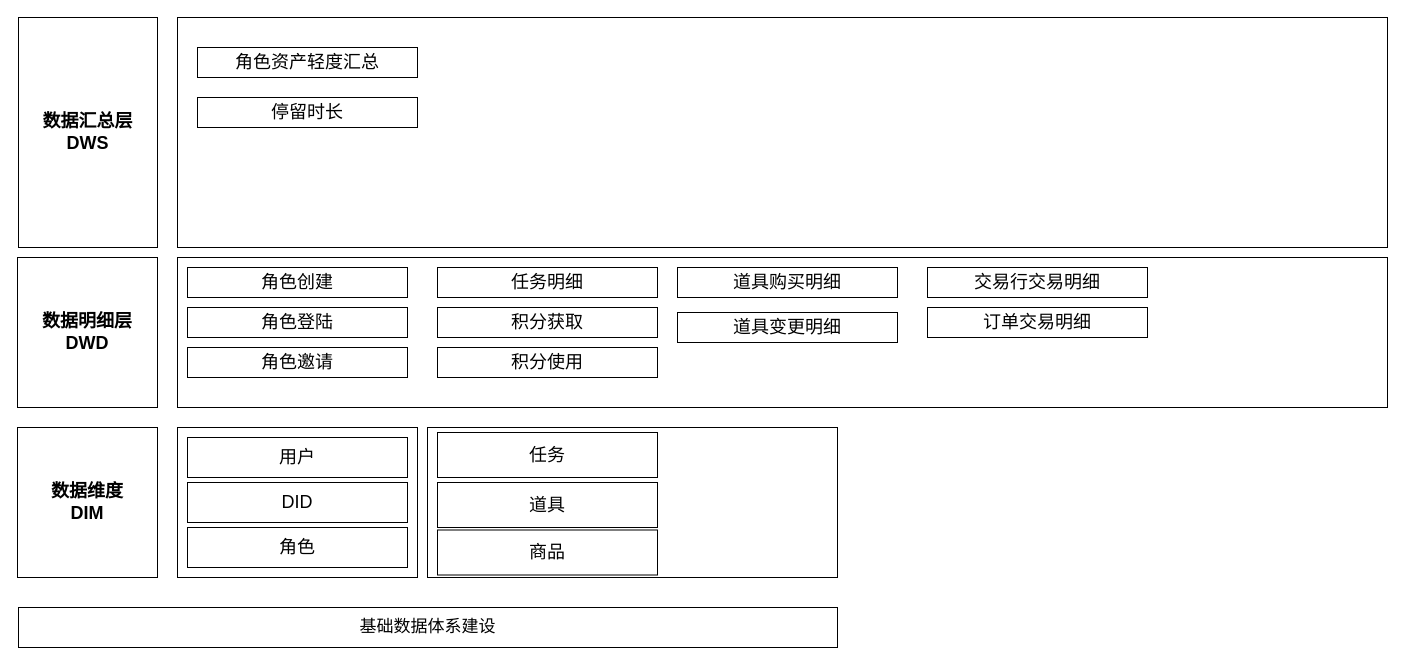
Before: 巽风数据架构.drawio in mineminemine123/work-wiki, a draw.io diagram. Source tidied: cells renumbered, new cells numbered last; positions are measured from the earlier drawing's top-left corner, leaving out a move shared by most shapes. Both pictures are drawn from the tidied source at 100%, with x=0, y=0 at pixel (17, 17).
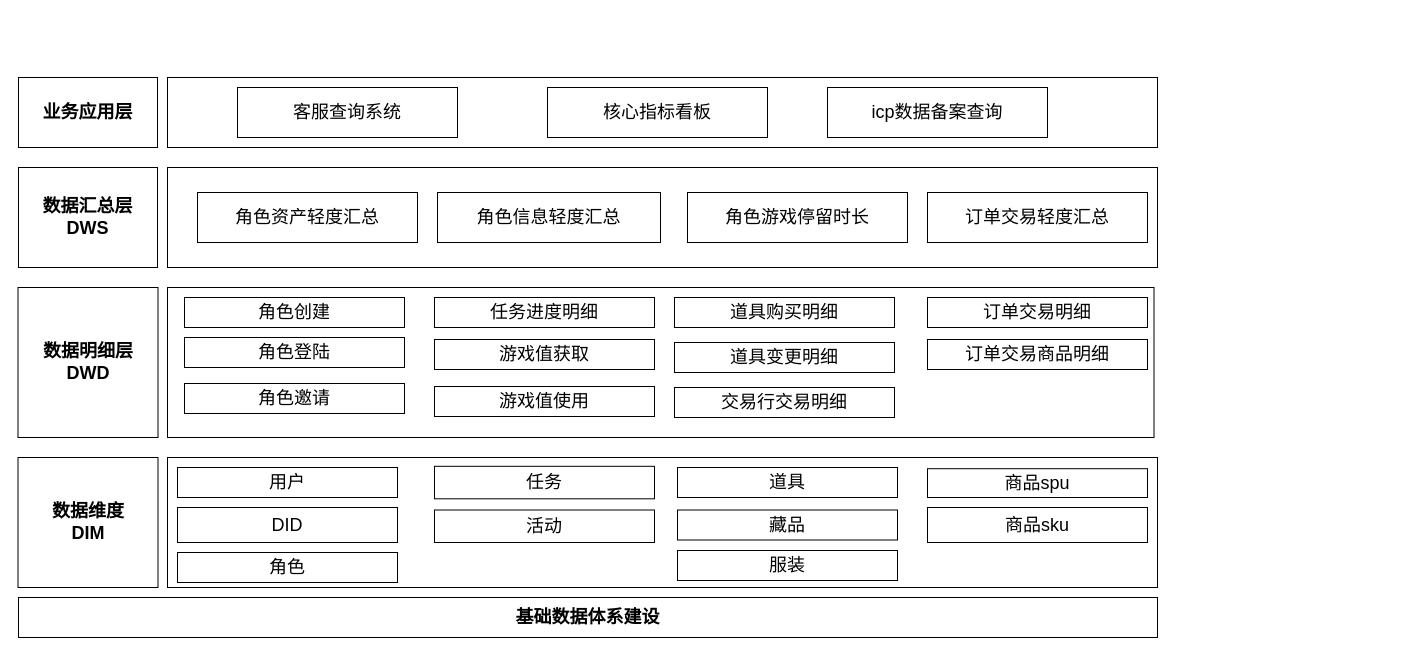
The same page after the edit.

Commit message (it also covers changes not shown here):
更新巽风数据架构.drawio

The edit, as a diff of the source:
```diff
@@
+    <mxCell id="29" style="rounded=0;whiteSpace=wrap;html=1;fontStyle=1;strokeColor=#000000;labelBackgroundColor=none;fillColor=none;fontSize=18;fontFamily=微软雅黑;" parent="1" vertex="1">
+      <mxGeometry x="150" y="440" width="990" height="130" as="geometry" />
+    </mxCell>
-    <mxCell id="2" style="rounded=0;whiteSpace=wrap;html=1;fontStyle=1;strokeColor=#000000;labelBackgroundColor=none;fillColor=none;fontSize=18;" parent="1" vertex="1">
-      <mxGeometry x="160" width="1210" height="230" as="geometry" />
+    <mxCell id="2" style="rounded=0;whiteSpace=wrap;html=1;fontStyle=1;strokeColor=#000000;labelBackgroundColor=none;fillColor=none;fontSize=18;fontFamily=微软雅黑;" parent="1" vertex="1">
+      <mxGeometry x="150" y="150" width="990" height="100" as="geometry" />
     </mxCell>
-    <mxCell id="3" style="rounded=0;whiteSpace=wrap;html=1;fontStyle=1;strokeColor=#000000;labelBackgroundColor=none;fillColor=none;fontSize=18;" parent="1" vertex="1">
-      <mxGeometry x="410" y="410" width="410" height="150" as="geometry" />
-    </mxCell>
-    <mxCell id="4" style="group;fontStyle=1;fontSize=14;" parent="1" vertex="1">
+    <mxCell id="4" style="group;fontStyle=1;fontSize=14;fontFamily=微软雅黑;" parent="1" vertex="1">
       <mxGeometry x="594" y="450" width="280" height="170" as="geometry" />
     </mxCell>
-    <mxCell id="5" value="数据明细层&lt;br /&gt;DWD" style="rounded=0;whiteSpace=wrap;html=1;fontStyle=1;strokeColor=#000000;labelBackgroundColor=none;fillColor=none;fontSize=18;" parent="1" vertex="1">
-      <mxGeometry y="240" width="140" height="150" as="geometry" />
+    <mxCell id="5" value="数据明细层&lt;br&gt;DWD" style="rounded=0;whiteSpace=wrap;html=1;fontStyle=1;strokeColor=#000000;labelBackgroundColor=none;fillColor=none;fontSize=18;fontFamily=微软雅黑;" parent="1" vertex="1">
+      <mxGeometry x="0.5" y="270" width="140" height="150" as="geometry" />
     </mxCell>
-    <mxCell id="6" value="数据汇总层&lt;br /&gt;DWS" style="rounded=0;whiteSpace=wrap;html=1;fontStyle=1;strokeColor=#000000;labelBackgroundColor=none;fillColor=none;fontSize=18;" parent="1" vertex="1">
-      <mxGeometry x="1" width="139" height="230" as="geometry" />
+    <mxCell id="6" value="数据汇总层&lt;br&gt;DWS" style="rounded=0;whiteSpace=wrap;html=1;fontStyle=1;strokeColor=#000000;labelBackgroundColor=none;fillColor=none;fontSize=18;fontFamily=微软雅黑;" parent="1" vertex="1">
+      <mxGeometry x="1" y="150" width="139" height="100" as="geometry" />
     </mxCell>
-    <mxCell id="7" value="数据维度&lt;br /&gt;DIM" style="rounded=0;whiteSpace=wrap;html=1;fontStyle=1;strokeColor=#000000;labelBackgroundColor=none;fillColor=none;fontSize=18;" parent="1" vertex="1">
-      <mxGeometry y="410" width="140" height="150" as="geometry" />
+    <mxCell id="7" value="数据维度&lt;br&gt;DIM" style="rounded=0;whiteSpace=wrap;html=1;fontStyle=1;strokeColor=#000000;labelBackgroundColor=none;fillColor=none;fontSize=18;fontFamily=微软雅黑;" parent="1" vertex="1">
+      <mxGeometry x="0.5" y="440" width="140" height="130" as="geometry" />
     </mxCell>
-    <mxCell id="8" style="rounded=0;whiteSpace=wrap;html=1;fontStyle=1;strokeColor=#000000;labelBackgroundColor=none;fillColor=none;fontSize=18;" parent="1" vertex="1">
-      <mxGeometry x="160" y="410" width="240" height="150" as="geometry" />
-    </mxCell>
-    <mxCell id="9" value="用户" style="rounded=0;whiteSpace=wrap;html=1;strokeColor=#000000;fontSize=18;fontStyle=0;" parent="1" vertex="1">
-      <mxGeometry x="170" y="420" width="220" height="40" as="geometry" />
+    <mxCell id="9" value="用户" style="rounded=0;whiteSpace=wrap;html=1;strokeColor=#000000;fontSize=18;fontStyle=0;fontFamily=微软雅黑;" parent="1" vertex="1">
+      <mxGeometry x="160" y="450" width="220" height="30" as="geometry" />
     </mxCell>
-    <mxCell id="10" value="任务" style="rounded=0;whiteSpace=wrap;html=1;strokeColor=#000000;fontSize=18;fontStyle=0;" parent="1" vertex="1">
-      <mxGeometry x="420" y="415" width="220" height="45" as="geometry" />
+    <mxCell id="10" value="任务" style="rounded=0;whiteSpace=wrap;html=1;strokeColor=#000000;fontSize=18;fontStyle=0;fontFamily=微软雅黑;" parent="1" vertex="1">
+      <mxGeometry x="417" y="448.8" width="220" height="32.5" as="geometry" />
     </mxCell>
-    <mxCell id="11" value="道具" style="rounded=0;whiteSpace=wrap;html=1;strokeColor=#000000;fontSize=18;fontStyle=0;" parent="1" vertex="1">
-      <mxGeometry x="420" y="465" width="220" height="45" as="geometry" />
+    <mxCell id="11" value="道具" style="rounded=0;whiteSpace=wrap;html=1;strokeColor=#000000;fontSize=18;fontStyle=0;fontFamily=微软雅黑;" parent="1" vertex="1">
+      <mxGeometry x="660" y="450" width="220" height="30" as="geometry" />
     </mxCell>
-    <mxCell id="12" value="角色" style="rounded=0;whiteSpace=wrap;html=1;strokeColor=#000000;fontSize=18;fontStyle=0;" parent="1" vertex="1">
-      <mxGeometry x="170" y="510" width="220" height="40" as="geometry" />
+    <mxCell id="12" value="角色" style="rounded=0;whiteSpace=wrap;html=1;strokeColor=#000000;fontSize=18;fontStyle=0;fontFamily=微软雅黑;" parent="1" vertex="1">
+      <mxGeometry x="160" y="535" width="220" height="30" as="geometry" />
     </mxCell>
-    <mxCell id="13" style="rounded=0;whiteSpace=wrap;html=1;fontStyle=1;strokeColor=#000000;labelBackgroundColor=none;fillColor=none;fontSize=18;" parent="1" vertex="1">
-      <mxGeometry x="160" y="240" width="1210" height="150" as="geometry" />
+    <mxCell id="13" style="rounded=0;whiteSpace=wrap;html=1;fontStyle=1;strokeColor=#000000;labelBackgroundColor=none;fillColor=none;fontSize=18;fontFamily=微软雅黑;" parent="1" vertex="1">
+      <mxGeometry x="150" y="270" width="986.5" height="150" as="geometry" />
     </mxCell>
-    <mxCell id="14" value="角色登陆" style="rounded=0;whiteSpace=wrap;html=1;strokeColor=#000000;fontSize=18;fontStyle=0;" parent="1" vertex="1">
-      <mxGeometry x="170" y="290" width="220" height="30" as="geometry" />
+    <mxCell id="14" value="角色登陆" style="rounded=0;whiteSpace=wrap;html=1;strokeColor=#000000;fontSize=18;fontStyle=0;fontFamily=微软雅黑;" parent="1" vertex="1">
+      <mxGeometry x="167" y="320" width="220" height="30" as="geometry" />
     </mxCell>
-    <mxCell id="15" value="角色创建" style="rounded=0;whiteSpace=wrap;html=1;strokeColor=#000000;fontSize=18;fontStyle=0;" parent="1" vertex="1">
-      <mxGeometry x="170" y="250" width="220" height="30" as="geometry" />
+    <mxCell id="15" value="角色创建" style="rounded=0;whiteSpace=wrap;html=1;strokeColor=#000000;fontSize=18;fontStyle=0;fontFamily=微软雅黑;" parent="1" vertex="1">
+      <mxGeometry x="167" y="280" width="220" height="30" as="geometry" />
     </mxCell>
-    <mxCell id="16" value="基础数据体系建设" style="rounded=0;whiteSpace=wrap;html=1;fontSize=17;" parent="1" vertex="1">
-      <mxGeometry x="1" y="590" width="819" height="40" as="geometry" />
+    <mxCell id="16" value="&lt;b&gt;&lt;font style=&quot;font-size: 18px;&quot;&gt;基础数据体系建设&lt;/font&gt;&lt;/b&gt;" style="rounded=0;whiteSpace=wrap;html=1;fontSize=17;fontFamily=微软雅黑;" parent="1" vertex="1">
+      <mxGeometry x="1" y="580" width="1139" height="40" as="geometry" />
     </mxCell>
-    <mxCell id="17" value="DID" style="rounded=0;whiteSpace=wrap;html=1;strokeColor=#000000;fontSize=18;fontStyle=0;" parent="1" vertex="1">
-      <mxGeometry x="170" y="465" width="220" height="40" as="geometry" />
+    <mxCell id="17" value="DID" style="rounded=0;whiteSpace=wrap;html=1;strokeColor=#000000;fontSize=18;fontStyle=0;fontFamily=微软雅黑;" parent="1" vertex="1">
+      <mxGeometry x="160" y="490" width="220" height="35" as="geometry" />
     </mxCell>
-    <mxCell id="18" value="商品" style="rounded=0;whiteSpace=wrap;html=1;strokeColor=#000000;fontSize=18;fontStyle=0;" parent="1" vertex="1">
-      <mxGeometry x="420" y="512.5" width="220" height="45" as="geometry" />
+    <mxCell id="18" value="商品spu" style="rounded=0;whiteSpace=wrap;html=1;strokeColor=#000000;fontSize=18;fontStyle=0;fontFamily=微软雅黑;" parent="1" vertex="1">
+      <mxGeometry x="910" y="451.2" width="220" height="28.8" as="geometry" />
     </mxCell>
-    <mxCell id="19" value="角色邀请" style="rounded=0;whiteSpace=wrap;html=1;strokeColor=#000000;fontSize=18;fontStyle=0;" parent="1" vertex="1">
-      <mxGeometry x="170" y="330" width="220" height="30" as="geometry" />
+    <mxCell id="19" value="角色邀请" style="rounded=0;whiteSpace=wrap;html=1;strokeColor=#000000;fontSize=18;fontStyle=0;fontFamily=微软雅黑;" parent="1" vertex="1">
+      <mxGeometry x="167" y="366" width="220" height="30" as="geometry" />
     </mxCell>
-    <mxCell id="20" value="积分获取" style="rounded=0;whiteSpace=wrap;html=1;strokeColor=#000000;fontSize=18;fontStyle=0;" parent="1" vertex="1">
-      <mxGeometry x="420" y="290" width="220" height="30" as="geometry" />
+    <mxCell id="20" value="游戏值获取" style="rounded=0;whiteSpace=wrap;html=1;strokeColor=#000000;fontSize=18;fontStyle=0;fontFamily=微软雅黑;" parent="1" vertex="1">
+      <mxGeometry x="417" y="322" width="220" height="30" as="geometry" />
     </mxCell>
-    <mxCell id="21" value="积分使用" style="rounded=0;whiteSpace=wrap;html=1;strokeColor=#000000;fontSize=18;fontStyle=0;" parent="1" vertex="1">
-      <mxGeometry x="420" y="330" width="220" height="30" as="geometry" />
+    <mxCell id="21" value="游戏值使用" style="rounded=0;whiteSpace=wrap;html=1;strokeColor=#000000;fontSize=18;fontStyle=0;fontFamily=微软雅黑;" parent="1" vertex="1">
+      <mxGeometry x="417" y="369" width="220" height="30" as="geometry" />
     </mxCell>
-    <mxCell id="22" value="交易行交易明细" style="rounded=0;whiteSpace=wrap;html=1;strokeColor=#000000;fontSize=18;fontStyle=0;" parent="1" vertex="1">
-      <mxGeometry x="910" y="250" width="220" height="30" as="geometry" />
+    <mxCell id="22" value="交易行交易明细" style="rounded=0;whiteSpace=wrap;html=1;strokeColor=#000000;fontSize=18;fontStyle=0;fontFamily=微软雅黑;" parent="1" vertex="1">
+      <mxGeometry x="657" y="370" width="220" height="30" as="geometry" />
     </mxCell>
-    <mxCell id="23" value="任务明细" style="rounded=0;whiteSpace=wrap;html=1;strokeColor=#000000;fontSize=18;fontStyle=0;" parent="1" vertex="1">
-      <mxGeometry x="420" y="250" width="220" height="30" as="geometry" />
+    <mxCell id="23" value="任务进度明细" style="rounded=0;whiteSpace=wrap;html=1;strokeColor=#000000;fontSize=18;fontStyle=0;fontFamily=微软雅黑;" parent="1" vertex="1">
+      <mxGeometry x="417" y="280" width="220" height="30" as="geometry" />
     </mxCell>
-    <mxCell id="24" value="道具变更明细" style="rounded=0;whiteSpace=wrap;html=1;strokeColor=#000000;fontSize=18;fontStyle=0;" parent="1" vertex="1">
-      <mxGeometry x="660" y="295" width="220" height="30" as="geometry" />
+    <mxCell id="24" value="道具变更明细" style="rounded=0;whiteSpace=wrap;html=1;strokeColor=#000000;fontSize=18;fontStyle=0;fontFamily=微软雅黑;" parent="1" vertex="1">
+      <mxGeometry x="657" y="325" width="220" height="30" as="geometry" />
     </mxCell>
-    <mxCell id="25" value="道具购买明细" style="rounded=0;whiteSpace=wrap;html=1;strokeColor=#000000;fontSize=18;fontStyle=0;" parent="1" vertex="1">
-      <mxGeometry x="660" y="250" width="220" height="30" as="geometry" />
+    <mxCell id="25" value="道具购买明细" style="rounded=0;whiteSpace=wrap;html=1;strokeColor=#000000;fontSize=18;fontStyle=0;fontFamily=微软雅黑;" parent="1" vertex="1">
+      <mxGeometry x="657" y="280" width="220" height="30" as="geometry" />
     </mxCell>
-    <mxCell id="26" value="订单交易明细" style="rounded=0;whiteSpace=wrap;html=1;strokeColor=#000000;fontSize=18;fontStyle=0;" parent="1" vertex="1">
-      <mxGeometry x="910" y="290" width="220" height="30" as="geometry" />
+    <mxCell id="26" value="订单交易明细" style="rounded=0;whiteSpace=wrap;html=1;strokeColor=#000000;fontSize=18;fontStyle=0;fontFamily=微软雅黑;" parent="1" vertex="1">
+      <mxGeometry x="910" y="280" width="220" height="30" as="geometry" />
     </mxCell>
-    <mxCell id="27" value="角色资产轻度汇总" style="rounded=0;whiteSpace=wrap;html=1;strokeColor=#000000;fontSize=18;fontStyle=0;" parent="1" vertex="1">
-      <mxGeometry x="180" y="30" width="220" height="30" as="geometry" />
+    <mxCell id="27" value="角色资产轻度汇总" style="rounded=0;whiteSpace=wrap;html=1;strokeColor=#000000;fontSize=18;fontStyle=0;fontFamily=微软雅黑;" parent="1" vertex="1">
+      <mxGeometry x="180" y="175" width="220" height="50" as="geometry" />
     </mxCell>
-    <mxCell id="28" value="停留时长" style="rounded=0;whiteSpace=wrap;html=1;strokeColor=#000000;fontSize=18;fontStyle=0;" parent="1" vertex="1">
-      <mxGeometry x="180" y="80" width="220" height="30" as="geometry" />
+    <mxCell id="28" value="角色游戏停留时长" style="rounded=0;whiteSpace=wrap;html=1;strokeColor=#000000;fontSize=18;fontStyle=0;fontFamily=微软雅黑;" parent="1" vertex="1">
+      <mxGeometry x="670" y="175" width="220" height="50" as="geometry" />
     </mxCell>
+    <mxCell id="30" value="业务应用层" style="rounded=0;whiteSpace=wrap;html=1;fontStyle=1;strokeColor=#000000;labelBackgroundColor=none;fillColor=none;fontSize=18;fontFamily=微软雅黑;" parent="1" vertex="1">
+      <mxGeometry x="1" y="60" width="139" height="70" as="geometry" />
+    </mxCell>
+    <mxCell id="31" value="藏品" style="rounded=0;whiteSpace=wrap;html=1;strokeColor=#000000;fontSize=18;fontStyle=0;fontFamily=微软雅黑;" parent="1" vertex="1">
+      <mxGeometry x="660" y="492.5" width="220" height="30" as="geometry" />
+    </mxCell>
+    <mxCell id="32" value="商品sku" style="rounded=0;whiteSpace=wrap;html=1;strokeColor=#000000;fontSize=18;fontStyle=0;fontFamily=微软雅黑;" parent="1" vertex="1">
+      <mxGeometry x="910" y="490" width="220" height="35" as="geometry" />
+    </mxCell>
+    <mxCell id="33" value="订单交易商品明细" style="rounded=0;whiteSpace=wrap;html=1;strokeColor=#000000;fontSize=18;fontStyle=0;fontFamily=微软雅黑;" parent="1" vertex="1">
+      <mxGeometry x="910" y="322" width="220" height="30" as="geometry" />
+    </mxCell>
+    <mxCell id="34" value="服装" style="rounded=0;whiteSpace=wrap;html=1;strokeColor=#000000;fontSize=18;fontStyle=0;fontFamily=微软雅黑;" parent="1" vertex="1">
+      <mxGeometry x="660" y="533" width="220" height="30" as="geometry" />
+    </mxCell>
+    <mxCell id="35" value="活动" style="rounded=0;whiteSpace=wrap;html=1;strokeColor=#000000;fontSize=18;fontStyle=0;fontFamily=微软雅黑;" parent="1" vertex="1">
+      <mxGeometry x="417" y="492.5" width="220" height="32.5" as="geometry" />
+    </mxCell>
+    <mxCell id="36" value="角色信息轻度汇总" style="rounded=0;whiteSpace=wrap;html=1;strokeColor=#000000;fontSize=18;fontStyle=0;fontFamily=微软雅黑;" parent="1" vertex="1">
+      <mxGeometry x="420" y="175" width="223" height="50" as="geometry" />
+    </mxCell>
+    <mxCell id="37" value="订单交易轻度汇总" style="rounded=0;whiteSpace=wrap;html=1;strokeColor=#000000;fontSize=18;fontStyle=0;fontFamily=微软雅黑;" parent="1" vertex="1">
+      <mxGeometry x="910" y="175" width="220" height="50" as="geometry" />
+    </mxCell>
+    <mxCell id="38" value="客服查询系统" style="rounded=0;whiteSpace=wrap;html=1;strokeColor=#000000;fontSize=18;fontStyle=0;fontFamily=微软雅黑;" parent="1" vertex="1">
+      <mxGeometry x="220" y="70" width="220" height="50" as="geometry" />
+    </mxCell>
+    <mxCell id="39" value="核心指标看板" style="rounded=0;whiteSpace=wrap;html=1;strokeColor=#000000;fontSize=18;fontStyle=0;fontFamily=微软雅黑;" parent="1" vertex="1">
+      <mxGeometry x="530" y="70" width="220" height="50" as="geometry" />
+    </mxCell>
+    <mxCell id="40" value="icp数据备案查询" style="rounded=0;whiteSpace=wrap;html=1;strokeColor=#000000;fontSize=18;fontStyle=0;fontFamily=微软雅黑;" parent="1" vertex="1">
+      <mxGeometry x="810" y="70" width="220" height="50" as="geometry" />
+    </mxCell>
+    <mxCell id="41" style="rounded=0;whiteSpace=wrap;html=1;fontStyle=1;strokeColor=#000000;labelBackgroundColor=none;fillColor=none;fontSize=18;fontFamily=微软雅黑;" parent="1" vertex="1">
+      <mxGeometry x="150" y="60" width="990" height="70" as="geometry" />
+    </mxCell>
```
